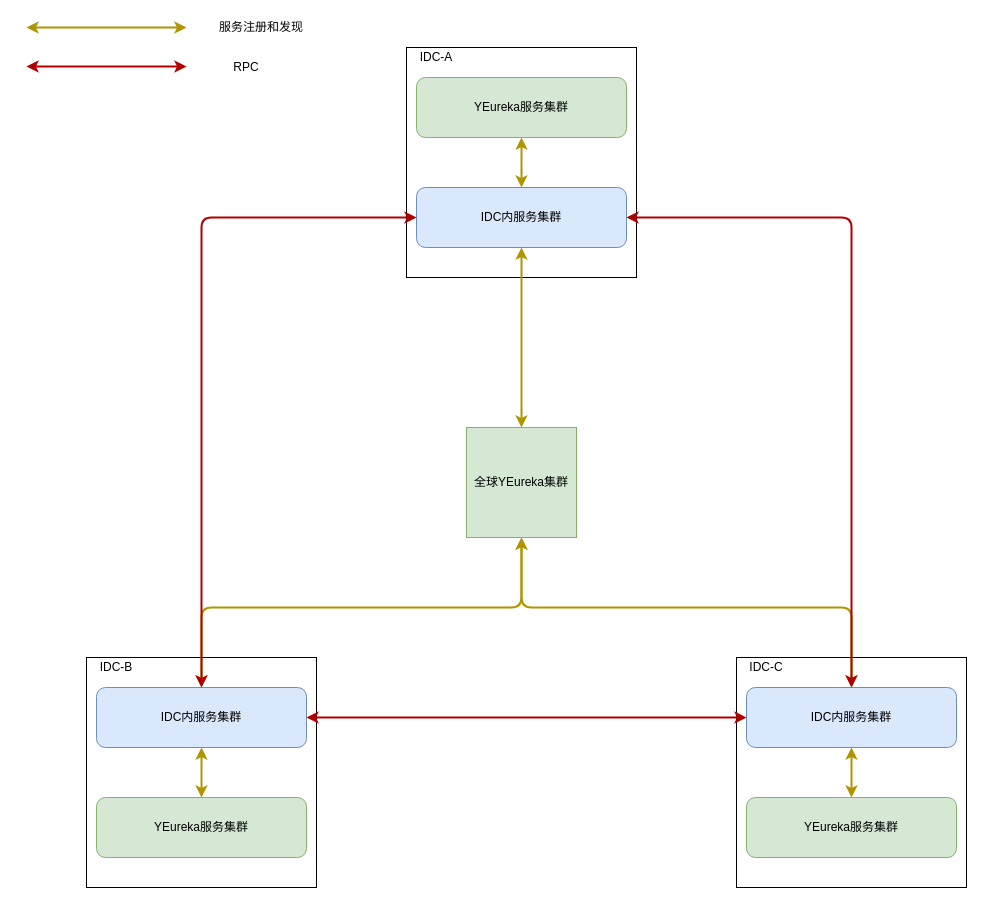
Above: Untitled Diagram.drawio in Gred01/study (draw.io), before the change. Source tidied: cells renumbered, new cells numbered last; positions are measured from the earlier drawing's top-left corner, leaving out a move shared by most shapes. Both pictures are drawn from the tidied source at 100%, with x=0, y=0 at pixel (26, 17).
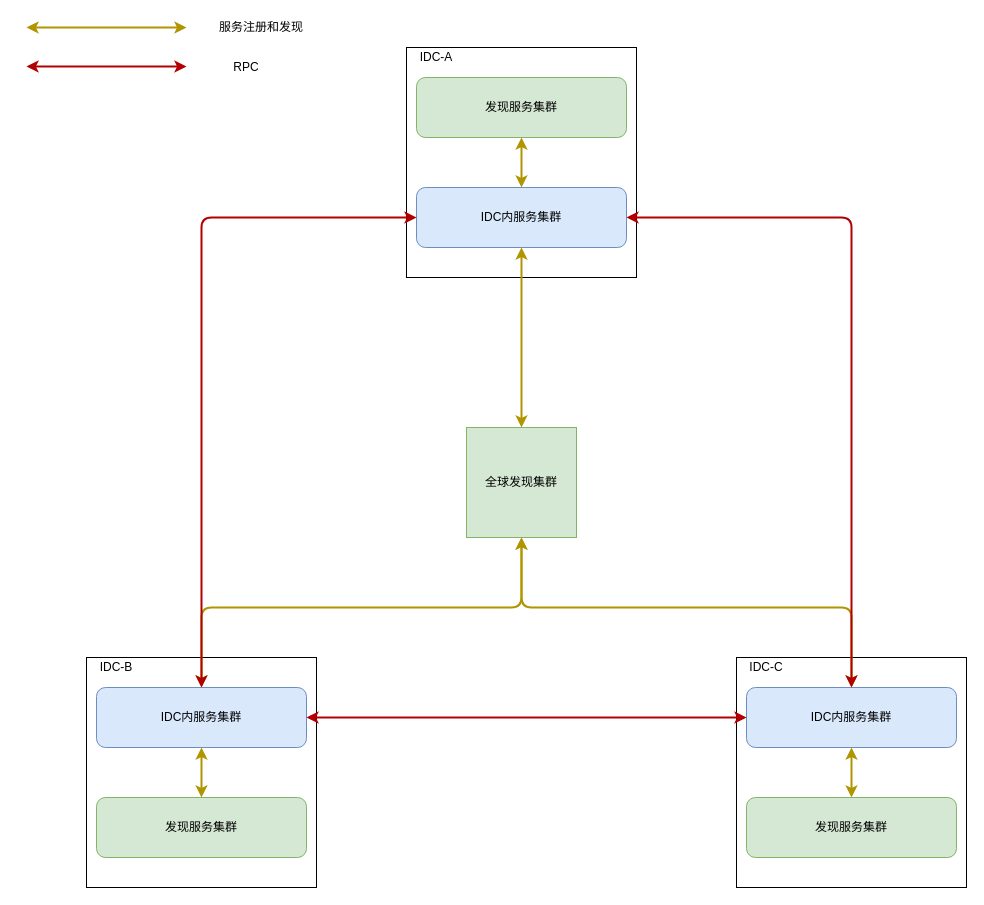
The same diagram, later.

Change to the diagram source:
```diff
@@
-    <mxCell id="6" value="全球YEureka集群" style="whiteSpace=wrap;html=1;fillColor=#d5e8d4;strokeColor=#82b366;rounded=0;" parent="1" vertex="1">
+    <mxCell id="6" value="全球发现集群" style="whiteSpace=wrap;html=1;fillColor=#d5e8d4;strokeColor=#82b366;rounded=0;" parent="1" vertex="1">
       <mxGeometry x="440" y="410" width="110" height="110" as="geometry" />
     </mxCell>
@@
-    <mxCell id="11" value="&lt;span&gt;YEureka服务集群&lt;/span&gt;" style="rounded=1;whiteSpace=wrap;html=1;fillColor=#d5e8d4;strokeColor=#82b366;" parent="1" vertex="1">
+    <mxCell id="11" value="发现&lt;span&gt;服务集群&lt;/span&gt;" style="rounded=1;whiteSpace=wrap;html=1;fillColor=#d5e8d4;strokeColor=#82b366;" parent="1" vertex="1">
       <mxGeometry x="70" y="780" width="210" height="60" as="geometry" />
     </mxCell>
@@
-    <mxCell id="16" value="YEureka服务集群" style="rounded=1;whiteSpace=wrap;html=1;fillColor=#d5e8d4;strokeColor=#82b366;" parent="1" vertex="1">
+    <mxCell id="16" value="发现服务集群" style="rounded=1;whiteSpace=wrap;html=1;fillColor=#d5e8d4;strokeColor=#82b366;" parent="1" vertex="1">
       <mxGeometry x="720" y="780" width="210" height="60" as="geometry" />
     </mxCell>
@@
-    <mxCell id="21" value="YEureka服务集群" style="rounded=1;whiteSpace=wrap;html=1;fillColor=#d5e8d4;strokeColor=#82b366;" parent="1" vertex="1">
+    <mxCell id="21" value="发现服务集群" style="rounded=1;whiteSpace=wrap;html=1;fillColor=#d5e8d4;strokeColor=#82b366;" parent="1" vertex="1">
       <mxGeometry x="390" y="60" width="210" height="60" as="geometry" />
     </mxCell>
```
